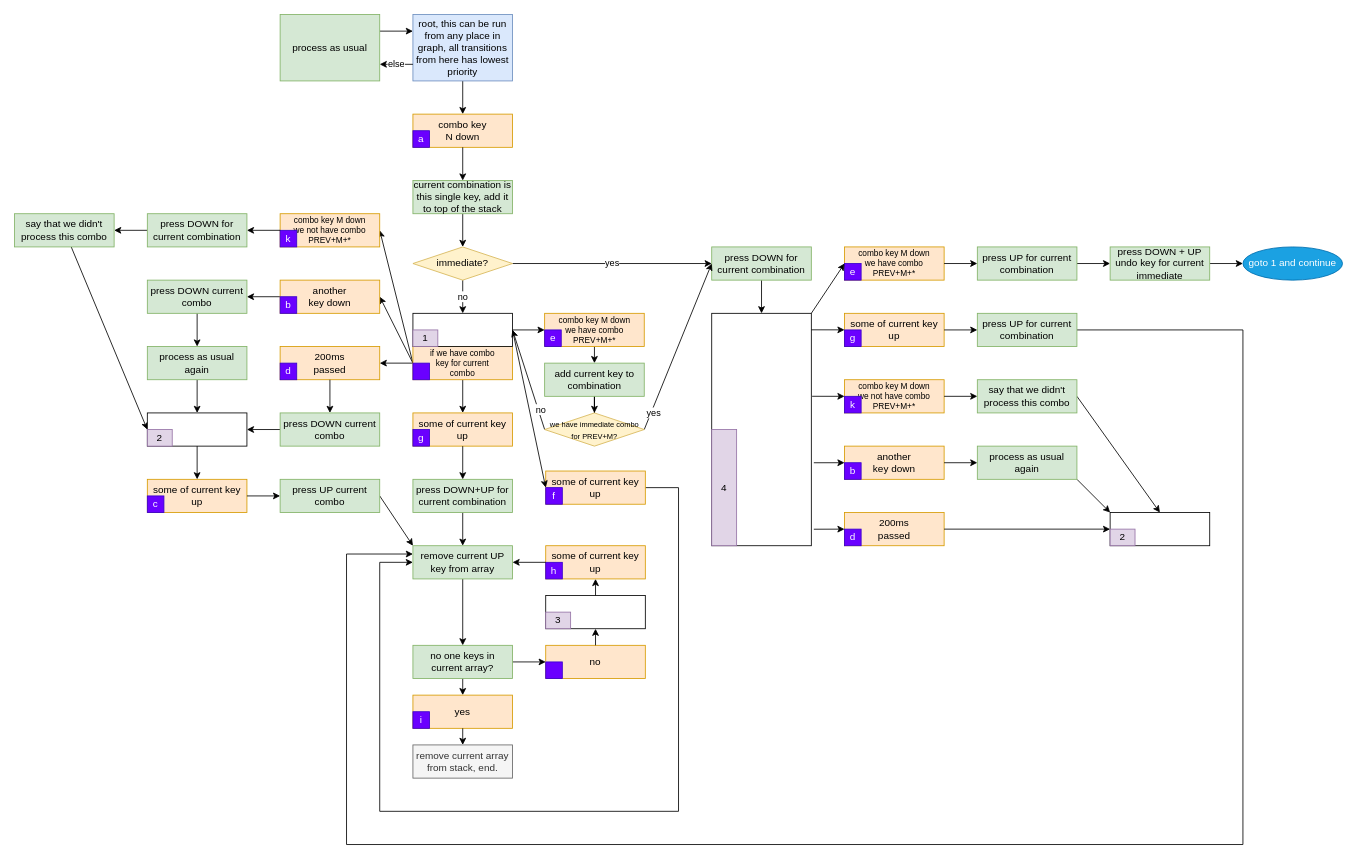
This is combo/dka.drawio from optozorax/moonlander, a draw.io file, before an edit. Source tidied: cells renumbered, new cells numbered last; positions are measured from the earlier drawing's top-left corner, leaving out a move shared by most shapes. Both pictures are drawn from the tidied source at 83%, with x=0, y=0 at pixel (14, 14).
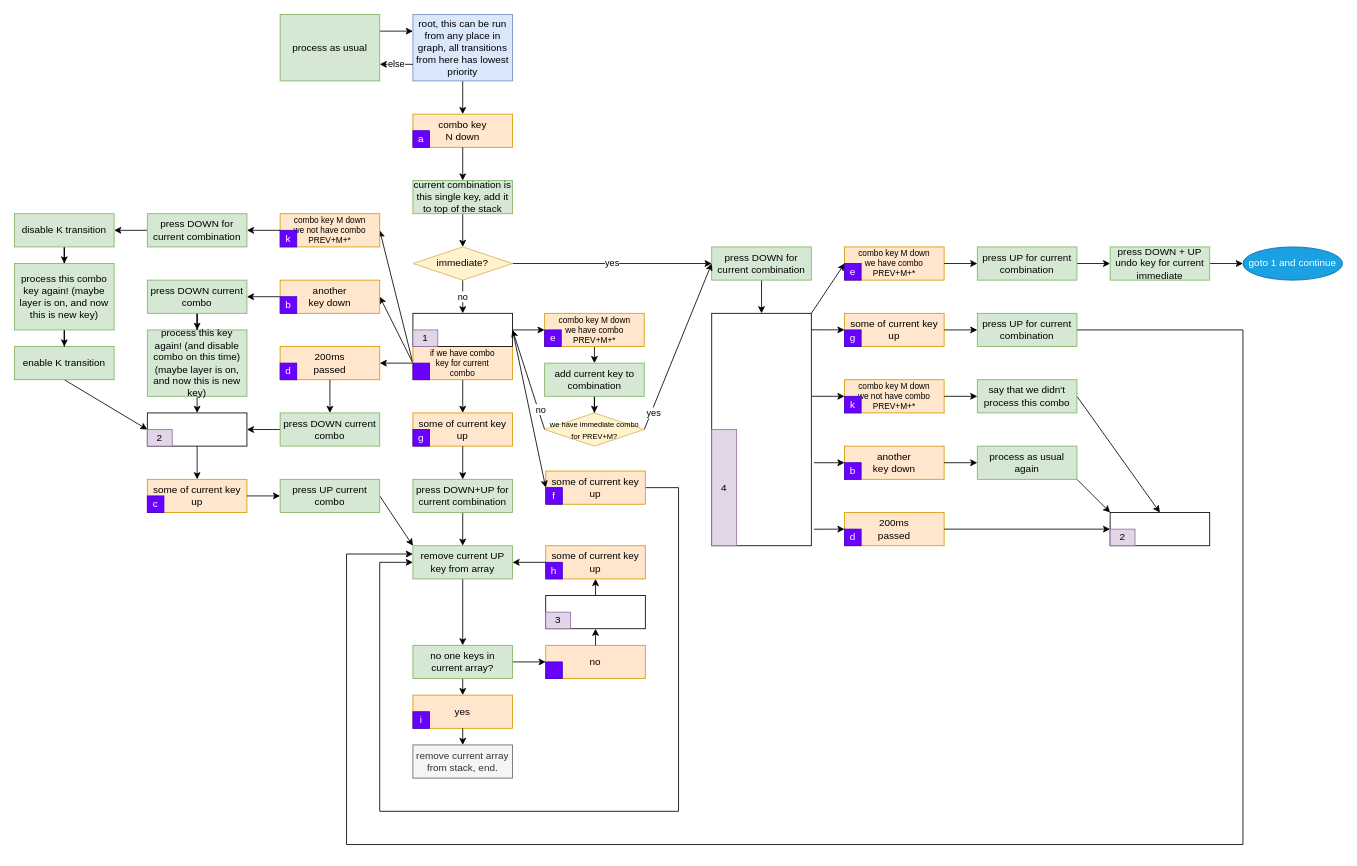
The same page after the edit.

Commit message:
update combo dka

Unchanged cells that the change refers to:
```xml
<mxCell id="33" value="press DOWN for current combination" style="rounded=0;whiteSpace=wrap;html=1;fillColor=#d5e8d4;strokeColor=#82b366;" parent="1" vertex="1">
  <mxGeometry x="160" y="240" width="120" height="40" as="geometry" />
</mxCell>
<mxCell id="58" value="2" style="rounded=0;whiteSpace=wrap;html=1;fillColor=#e1d5e7;strokeColor=#9673a6;" parent="56" vertex="1">
  <mxGeometry y="20" width="30" height="20" as="geometry" />
</mxCell>
```

Change to the diagram source:
```diff
@@
-    <mxCell id="10" value="process as usual again" style="rounded=0;whiteSpace=wrap;html=1;fillColor=#d5e8d4;strokeColor=#82b366;" parent="1" vertex="1">
-      <mxGeometry x="160" y="400" width="120" height="40" as="geometry" />
+    <mxCell id="10" value="process this key again! (and disable combo on this time) (maybe layer is on, and now this is new key)" style="rounded=0;whiteSpace=wrap;html=1;fillColor=#d5e8d4;strokeColor=#82b366;" parent="1" vertex="1">
+      <mxGeometry x="160" y="380" width="120" height="80" as="geometry" />
     </mxCell>
@@
-    <mxCell id="32" style="edgeStyle=none;rounded=0;jettySize=auto;html=1;exitX=0;exitY=0.5;exitDx=0;exitDy=0;" parent="1" edge="1" source="33" target="35">
-      <mxGeometry relative="1" as="geometry" />
-    </mxCell>
+    <mxCell id="146" style="edgeStyle=orthogonalEdgeStyle;rounded=0;jettySize=auto;html=1;" parent="1" edge="1" source="33" target="148">
+      <mxGeometry relative="1" as="geometry" />
+    </mxCell>
@@
-    <mxCell id="34" style="edgeStyle=none;rounded=0;jettySize=auto;html=1;entryX=0;entryY=0;entryDx=0;entryDy=0;" parent="1" edge="1" source="35" target="58">
+    <mxCell id="34" style="edgeStyle=none;rounded=0;jettySize=auto;html=1;entryX=0;entryY=0;entryDx=0;entryDy=0;exitX=0.5;exitY=1;exitDx=0;exitDy=0;" parent="1" edge="1" source="149" target="58">
       <mxGeometry relative="1" as="geometry" />
     </mxCell>
-    <mxCell id="35" value="say that we didn't process this combo" style="rounded=0;whiteSpace=wrap;html=1;fillColor=#d5e8d4;strokeColor=#82b366;" parent="1" vertex="1">
-      <mxGeometry y="240" width="120" height="40" as="geometry" />
-    </mxCell>
@@
+    <mxCell id="147" style="edgeStyle=orthogonalEdgeStyle;rounded=0;jettySize=auto;html=1;" parent="1" edge="1" source="148" target="151">
+      <mxGeometry relative="1" as="geometry" />
+    </mxCell>
+    <mxCell id="148" value="&lt;div&gt;disable K transition&lt;/div&gt;" style="rounded=0;whiteSpace=wrap;html=1;fillColor=#d5e8d4;strokeColor=#82b366;" parent="1" vertex="1">
+      <mxGeometry y="240" width="120" height="40" as="geometry" />
+    </mxCell>
+    <mxCell id="149" value="&lt;div&gt;enable K transition&lt;/div&gt;" style="rounded=0;whiteSpace=wrap;html=1;fillColor=#d5e8d4;strokeColor=#82b366;" parent="1" vertex="1">
+      <mxGeometry y="400" width="120" height="40" as="geometry" />
+    </mxCell>
+    <mxCell id="150" style="edgeStyle=orthogonalEdgeStyle;rounded=0;jettySize=auto;html=1;" parent="1" edge="1" source="151" target="149">
+      <mxGeometry relative="1" as="geometry" />
+    </mxCell>
+    <mxCell id="151" value="process this combo key again! (maybe layer is on, and now this is new key)" style="rounded=0;whiteSpace=wrap;html=1;fillColor=#d5e8d4;strokeColor=#82b366;" parent="1" vertex="1">
+      <mxGeometry y="300" width="120" height="80" as="geometry" />
+    </mxCell>
```
